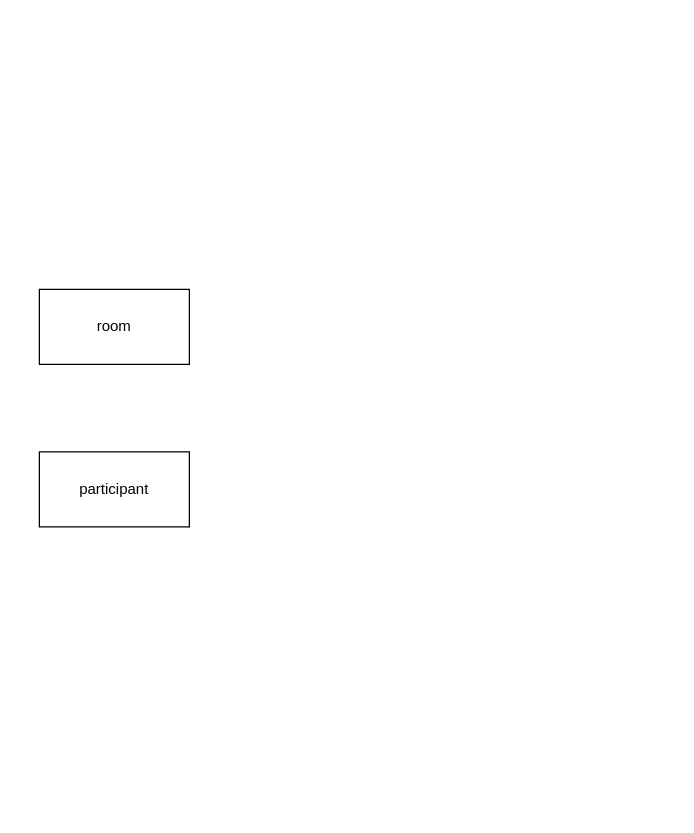
maxpiepenbrink/buzzer keeps this draw.io diagram as docs/buzzer-diagrams.drawio. Above is the earlier version. Source tidied: cells renumbered, new cells numbered last; positions are measured from the earlier drawing's top-left corner, leaving out a move shared by most shapes. Both pictures are drawn from the tidied source at 125%, with x=0, y=0 at pixel (39, 289).
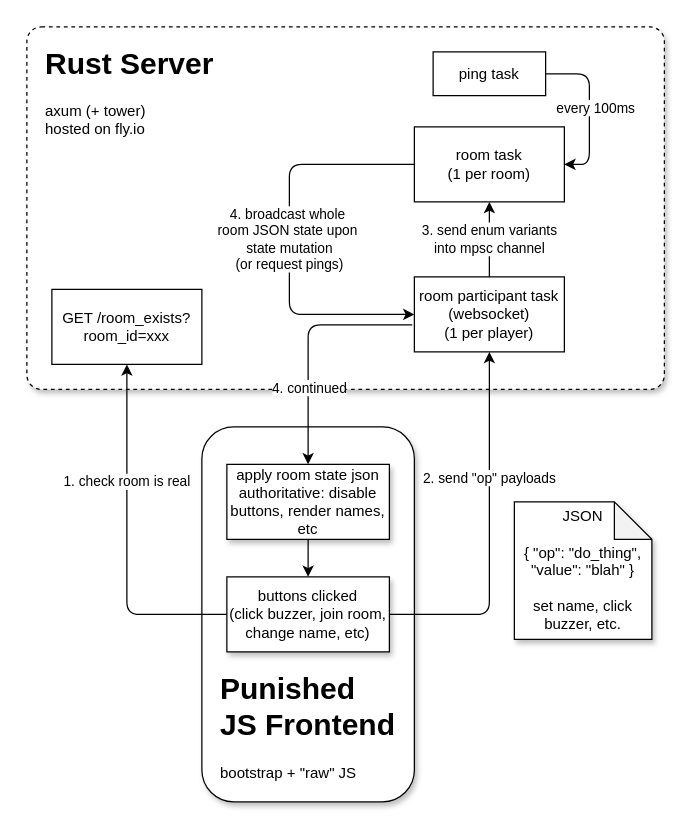
The same page after the edit.

What changed in the source:
```diff
@@
-    <mxCell id="2" value="room" style="rounded=0;whiteSpace=wrap;html=1;" parent="1" vertex="1">
-      <mxGeometry width="120" height="60" as="geometry" />
-    </mxCell>
-    <mxCell id="3" value="participant" style="rounded=0;whiteSpace=wrap;html=1;" parent="1" vertex="1">
-      <mxGeometry y="130" width="120" height="60" as="geometry" />
-    </mxCell>
+    <mxCell id="4" value="&lt;span&gt;JSON&lt;br&gt;&lt;br&gt;{ &quot;op&quot;: &quot;do_thing&quot;,&lt;/span&gt;&lt;br&gt;&lt;span&gt;&quot;value&quot;: &quot;blah&quot; }&lt;br&gt;&lt;br&gt;set name, click buzzer, etc.&lt;/span&gt;" style="shape=note;whiteSpace=wrap;html=1;backgroundOutline=1;darkOpacity=0.05;shadow=1;strokeWidth=1;" parent="1" vertex="1">
+      <mxGeometry x="380" y="170" width="110" height="110" as="geometry" />
+    </mxCell>
+    <mxCell id="5" style="rounded=1;whiteSpace=wrap;html=1;shadow=1;strokeWidth=1;" parent="1" vertex="1">
+      <mxGeometry x="130" y="110" width="170" height="300" as="geometry" />
+    </mxCell>
+    <mxCell id="6" style="rounded=1;whiteSpace=wrap;html=1;shadow=1;border-style=dashed;dashed=1;arcSize=4;" parent="1" vertex="1">
+      <mxGeometry x="-10" y="-210" width="510" height="290" as="geometry" />
+    </mxCell>
+    <mxCell id="7" value="1. check room is real" style="edgeStyle=orthogonalEdgeStyle;html=1;entryX=0.5;entryY=1;entryDx=0;entryDy=0;" parent="1" edge="1" source="22" target="9">
+      <mxGeometry x="0.33" relative="1" as="geometry" />
+    </mxCell>
+    <mxCell id="8" value="2. send &quot;op&quot; payloads" style="edgeStyle=orthogonalEdgeStyle;html=1;entryX=0.5;entryY=1;entryDx=0;entryDy=0;exitX=1;exitY=0.5;exitDx=0;exitDy=0;" parent="1" edge="1" source="22" target="13">
+      <mxGeometry x="0.3" relative="1" as="geometry" />
+    </mxCell>
+    <mxCell id="9" value="GET /room_exists?room_id=xxx" style="rounded=0;whiteSpace=wrap;html=1;" parent="1" vertex="1">
+      <mxGeometry x="10" width="120" height="60" as="geometry" />
+    </mxCell>
+    <mxCell id="10" value="3. send enum variants&lt;br&gt;into mpsc channel" style="edgeStyle=orthogonalEdgeStyle;html=1;entryX=0.5;entryY=1;entryDx=0;entryDy=0;" parent="1" edge="1" source="13" target="15">
+      <mxGeometry relative="1" as="geometry" />
+    </mxCell>
+    <mxCell id="11" style="edgeStyle=orthogonalEdgeStyle;html=1;exitX=-0.014;exitY=0.639;exitDx=0;exitDy=0;exitPerimeter=0;" parent="1" edge="1" source="13" target="21">
+      <mxGeometry relative="1" as="geometry" />
+    </mxCell>
+    <mxCell id="12" value="4. continued" style="edgeLabel;html=1;align=center;verticalAlign=middle;" parent="11" vertex="1">
+      <mxGeometry x="0.44" y="-1" relative="1" as="geometry">
+        <mxPoint x="1" y="-6" as="offset" />
+      </mxGeometry>
+    </mxCell>
+    <mxCell id="13" value="room participant task (websocket)&lt;br&gt;(1 per player)" style="rounded=0;whiteSpace=wrap;html=1;" parent="1" vertex="1">
+      <mxGeometry x="300" y="-10" width="120" height="60" as="geometry" />
+    </mxCell>
+    <mxCell id="14" value="4. broadcast whole&amp;nbsp;&lt;br&gt;room JSON state upon&amp;nbsp;&lt;br&gt;state mutation&lt;br&gt;(or request pings)" style="edgeStyle=orthogonalEdgeStyle;html=1;exitX=0;exitY=0.5;exitDx=0;exitDy=0;entryX=0;entryY=0.5;entryDx=0;entryDy=0;" parent="1" edge="1" source="15" target="13">
+      <mxGeometry relative="1" as="geometry">
+        <Array as="points">
+          <mxPoint x="200" y="-100" />
+          <mxPoint x="200" y="20" />
+        </Array>
+      </mxGeometry>
+    </mxCell>
+    <mxCell id="15" value="room task&lt;br&gt;(1 per room)" style="rounded=0;whiteSpace=wrap;html=1;" parent="1" vertex="1">
+      <mxGeometry x="300" y="-130" width="120" height="60" as="geometry" />
+    </mxCell>
+    <mxCell id="16" style="edgeStyle=orthogonalEdgeStyle;html=1;entryX=1;entryY=0.5;entryDx=0;entryDy=0;exitX=1;exitY=0.5;exitDx=0;exitDy=0;" parent="1" edge="1" source="18" target="15">
+      <mxGeometry relative="1" as="geometry">
+        <Array as="points">
+          <mxPoint x="440" y="-172" />
+          <mxPoint x="440" y="-100" />
+        </Array>
+      </mxGeometry>
+    </mxCell>
+    <mxCell id="17" value="every 100ms" style="edgeLabel;html=1;align=center;verticalAlign=middle;" parent="16" vertex="1">
+      <mxGeometry x="-0.02" y="4" relative="1" as="geometry" />
+    </mxCell>
+    <mxCell id="18" value="ping task" style="rounded=0;whiteSpace=wrap;html=1;" parent="1" vertex="1">
+      <mxGeometry x="315" y="-190" width="90" height="35" as="geometry" />
+    </mxCell>
+    <mxCell id="19" value="&lt;h1&gt;Rust Server&lt;/h1&gt;&lt;div&gt;axum (+ tower)&lt;/div&gt;&lt;div&gt;hosted on fly.io&lt;/div&gt;" style="text;html=1;strokeColor=none;fillColor=none;spacing=5;spacingTop=-20;whiteSpace=wrap;overflow=hidden;rounded=0;shadow=1;dashed=1;dashPattern=1 1;" parent="1" vertex="1">
+      <mxGeometry y="-200" width="190" height="120" as="geometry" />
+    </mxCell>
+    <mxCell id="20" style="edgeStyle=orthogonalEdgeStyle;html=1;" parent="1" edge="1" source="21" target="22">
+      <mxGeometry relative="1" as="geometry" />
+    </mxCell>
+    <mxCell id="21" value="apply room state json authoritative: disable buttons, render names, etc" style="rounded=0;whiteSpace=wrap;html=1;shadow=1;strokeWidth=1;" parent="1" vertex="1">
+      <mxGeometry x="150" y="140" width="130" height="60" as="geometry" />
+    </mxCell>
+    <mxCell id="22" value="buttons clicked&lt;br&gt;(click buzzer, join room, change name, etc)" style="rounded=0;whiteSpace=wrap;html=1;shadow=1;strokeWidth=1;" parent="1" vertex="1">
+      <mxGeometry x="150" y="230" width="130" height="60" as="geometry" />
+    </mxCell>
+    <mxCell id="23" value="&lt;h1&gt;Punished JS Frontend&lt;/h1&gt;&lt;div&gt;bootstrap + &quot;raw&quot; JS&lt;/div&gt;" style="text;html=1;strokeColor=none;fillColor=none;spacing=5;spacingTop=-20;whiteSpace=wrap;overflow=hidden;rounded=0;shadow=1;" parent="1" vertex="1">
+      <mxGeometry x="140" y="300" width="150" height="100" as="geometry" />
+    </mxCell>
```
